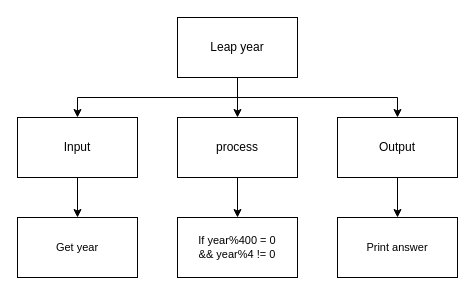
Above: .top-down_design.drawio in Miguel-Santacruz/ICS3U-Unit3-08-Python (draw.io), before the change. Source tidied: cells renumbered, new cells numbered last; positions are measured from the earlier drawing's top-left corner, leaving out a move shared by most shapes. Both pictures are drawn from the tidied source at 100%, with x=0, y=0 at pixel (17, 17).
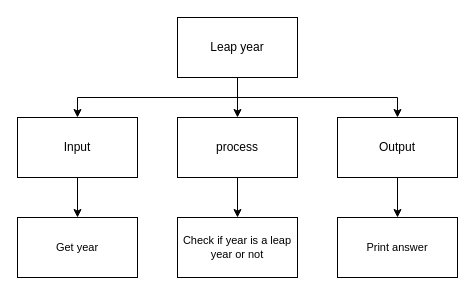
The same diagram, later.

Commit message (it also covers changes not shown here):
top-down design

Diff of the diagram source:
```diff
@@
 <mxGraphModel>
   <root>
     <mxCell id="0" />
     <mxCell id="1" parent="0" />
     <mxCell id="2" style="edgeStyle=orthogonalEdgeStyle;html=1;exitX=0.5;exitY=1;exitDx=0;exitDy=0;entryX=0.5;entryY=0;entryDx=0;entryDy=0;strokeColor=#000000;rounded=0;" parent="1" edge="1" source="5" target="7">
       <mxGeometry relative="1" as="geometry" />
     </mxCell>
     <mxCell id="3" style="edgeStyle=orthogonalEdgeStyle;shape=connector;rounded=0;html=1;exitX=0.5;exitY=1;exitDx=0;exitDy=0;entryX=0.5;entryY=0;entryDx=0;entryDy=0;labelBackgroundColor=default;fontFamily=Helvetica;fontSize=11;fontColor=default;endArrow=classic;strokeColor=#000000;" parent="1" edge="1" source="5" target="9">
       <mxGeometry relative="1" as="geometry" />
     </mxCell>
     <mxCell id="4" style="edgeStyle=orthogonalEdgeStyle;shape=connector;rounded=0;html=1;exitX=0.5;exitY=1;exitDx=0;exitDy=0;entryX=0.5;entryY=0;entryDx=0;entryDy=0;labelBackgroundColor=default;fontFamily=Helvetica;fontSize=11;fontColor=default;endArrow=classic;strokeColor=#000000;" parent="1" edge="1" source="5" target="11">
       <mxGeometry relative="1" as="geometry" />
     </mxCell>
     <mxCell id="5" value="Leap year" style="rounded=0;whiteSpace=wrap;html=1;" parent="1" vertex="1">
       <mxGeometry x="160" width="120" height="60" as="geometry" />
     </mxCell>
     <mxCell id="6" style="edgeStyle=orthogonalEdgeStyle;shape=connector;rounded=0;html=1;labelBackgroundColor=default;fontFamily=Helvetica;fontSize=11;fontColor=default;endArrow=classic;strokeColor=#000000;" parent="1" edge="1" source="7" target="12">
       <mxGeometry relative="1" as="geometry" />
     </mxCell>
     <mxCell id="7" value="Input" style="rounded=0;whiteSpace=wrap;html=1;" parent="1" vertex="1">
       <mxGeometry y="100" width="120" height="60" as="geometry" />
     </mxCell>
     <mxCell id="8" style="edgeStyle=orthogonalEdgeStyle;shape=connector;rounded=0;html=1;exitX=0.5;exitY=1;exitDx=0;exitDy=0;entryX=0.5;entryY=0;entryDx=0;entryDy=0;labelBackgroundColor=default;fontFamily=Helvetica;fontSize=11;fontColor=default;endArrow=classic;strokeColor=#000000;" parent="1" edge="1" source="9" target="13">
       <mxGeometry relative="1" as="geometry" />
     </mxCell>
     <mxCell id="9" value="process" style="rounded=0;whiteSpace=wrap;html=1;" parent="1" vertex="1">
       <mxGeometry x="160" y="100" width="120" height="60" as="geometry" />
     </mxCell>
     <mxCell id="10" style="edgeStyle=orthogonalEdgeStyle;shape=connector;rounded=0;html=1;labelBackgroundColor=default;fontFamily=Helvetica;fontSize=11;fontColor=default;endArrow=classic;strokeColor=#000000;" parent="1" edge="1" source="11" target="14">
       <mxGeometry relative="1" as="geometry" />
     </mxCell>
     <mxCell id="11" value="Output" style="rounded=0;whiteSpace=wrap;html=1;" parent="1" vertex="1">
       <mxGeometry x="320" y="100" width="120" height="60" as="geometry" />
     </mxCell>
     <mxCell id="12" value="Get year" style="rounded=0;whiteSpace=wrap;html=1;fontFamily=Helvetica;fontSize=11;fontColor=default;" parent="1" vertex="1">
       <mxGeometry y="200" width="120" height="60" as="geometry" />
     </mxCell>
-    <mxCell id="13" value="If year%400 = 0 &lt;br&gt;&amp;amp;&amp;amp; year%4 != 0" style="rounded=0;whiteSpace=wrap;html=1;fontFamily=Helvetica;fontSize=11;fontColor=default;" parent="1" vertex="1">
+    <mxCell id="13" value="Check if year is a leap year or not" style="rounded=0;whiteSpace=wrap;html=1;fontFamily=Helvetica;fontSize=11;fontColor=default;" parent="1" vertex="1">
       <mxGeometry x="160" y="200" width="120" height="60" as="geometry" />
     </mxCell>
     <mxCell id="14" value="Print answer" style="rounded=0;whiteSpace=wrap;html=1;fontFamily=Helvetica;fontSize=11;fontColor=default;" parent="1" vertex="1">
       <mxGeometry x="320" y="200" width="120" height="60" as="geometry" />
     </mxCell>
   </root>
 </mxGraphModel>
```
